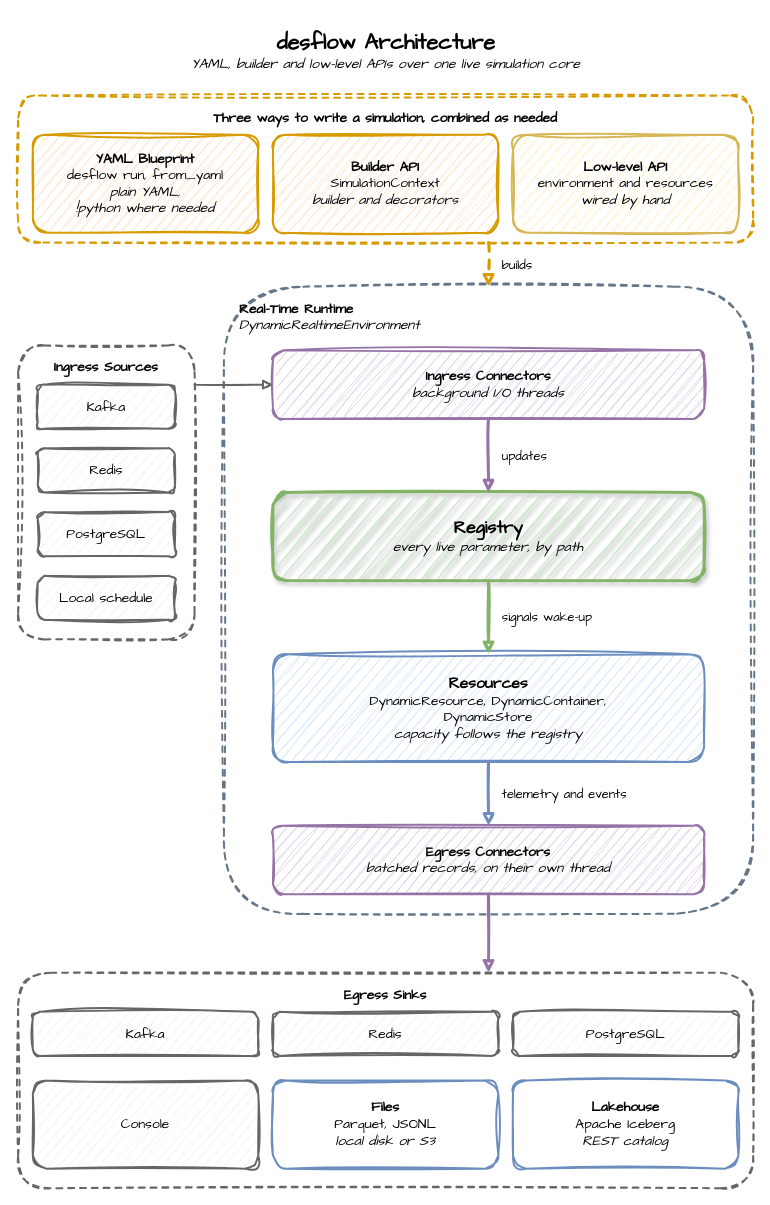
This is docs/assets/diagrams/architecture.drawio from jaehyeon-kim/desflow, a draw.io file, before an edit. Source tidied: cells renumbered, new cells numbered last; positions are measured from the earlier drawing's top-left corner, leaving out a move shared by most shapes. Both pictures are drawn from the tidied source at 98%, with x=0, y=0 at pixel (18, 22).
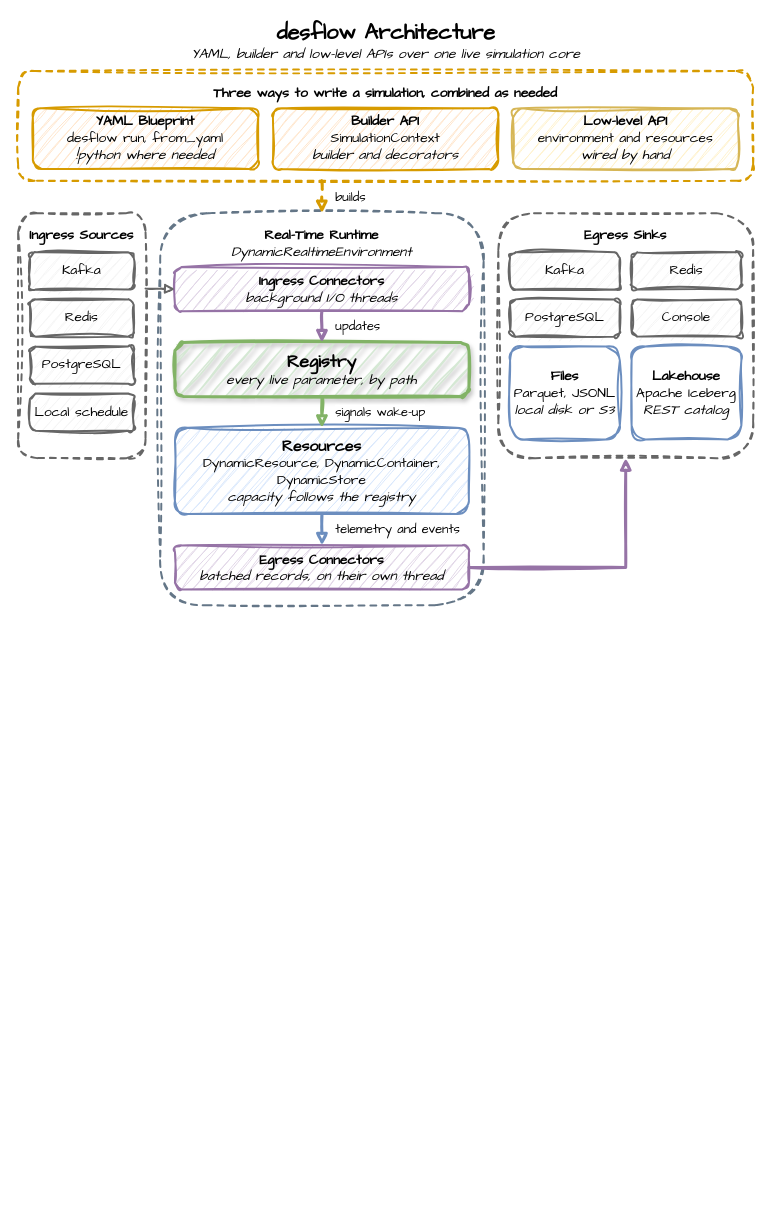
The same page after the edit.

Change to the diagram source:
```diff
@@
     <mxCell id="2" value="&lt;b style=&quot;font-size: 22px;&quot;&gt;desflow Architecture&lt;/b&gt;&lt;br&gt;&lt;i&gt;YAML, builder and low-level APIs over one live simulation core&lt;/i&gt;" style="text;html=1;align=center;verticalAlign=middle;fontFamily=Comic Sans MS;fontSize=14;" parent="1" vertex="1">
-      <mxGeometry width="750" height="60" as="geometry" />
+      <mxGeometry y="-5" width="750" height="50" as="geometry" />
     </mxCell>
     <mxCell id="3" value="&lt;b&gt;Three ways to write a simulation, combined as needed&lt;/b&gt;" style="rounded=1;whiteSpace=wrap;html=1;sketch=1;curveFitting=1;jiggle=2;fontFamily=Comic Sans MS;fontSize=14;strokeWidth=2;fillColor=none;dashed=1;verticalAlign=top;spacingTop=8;strokeColor=#d79b00;" parent="1" vertex="1">
-      <mxGeometry y="75" width="750" height="150" as="geometry" />
+      <mxGeometry y="50" width="750" height="112" as="geometry" />
     </mxCell>
-    <mxCell id="4" value="&lt;b&gt;YAML Blueprint&lt;/b&gt;&lt;br&gt;desflow run, from_yaml&lt;br&gt;&lt;i&gt;plain YAML,&lt;br&gt;!python where needed&lt;/i&gt;" style="rounded=1;whiteSpace=wrap;html=1;sketch=1;curveFitting=1;jiggle=2;fontFamily=Comic Sans MS;fontSize=14;strokeWidth=2;fillColor=#ffe6cc;strokeColor=#d79b00;" parent="1" vertex="1">
-      <mxGeometry x="15" y="115" width="230" height="100" as="geometry" />
+    <mxCell id="4" value="&lt;b&gt;YAML Blueprint&lt;/b&gt;&lt;br&gt;desflow run, from_yaml&lt;br&gt;&lt;i&gt;!python where needed&lt;/i&gt;" style="rounded=1;whiteSpace=wrap;html=1;sketch=1;curveFitting=1;jiggle=2;fontFamily=Comic Sans MS;fontSize=14;strokeWidth=2;fillColor=#ffe6cc;strokeColor=#d79b00;" parent="1" vertex="1">
+      <mxGeometry x="15" y="88" width="230" height="62" as="geometry" />
     </mxCell>
     <mxCell id="5" value="&lt;b&gt;Builder API&lt;/b&gt;&lt;br&gt;SimulationContext&lt;br&gt;&lt;i&gt;builder and decorators&lt;/i&gt;" style="rounded=1;whiteSpace=wrap;html=1;sketch=1;curveFitting=1;jiggle=2;fontFamily=Comic Sans MS;fontSize=14;strokeWidth=2;fillColor=#ffe6cc;strokeColor=#d79b00;" parent="1" vertex="1">
-      <mxGeometry x="260" y="115" width="230" height="100" as="geometry" />
+      <mxGeometry x="260" y="88" width="230" height="62" as="geometry" />
     </mxCell>
     <mxCell id="6" value="&lt;b&gt;Low-level API&lt;/b&gt;&lt;br&gt;environment and resources&lt;br&gt;&lt;i&gt;wired by hand&lt;/i&gt;" style="rounded=1;whiteSpace=wrap;html=1;sketch=1;curveFitting=1;jiggle=2;fontFamily=Comic Sans MS;fontSize=14;strokeWidth=2;fillColor=#fff2cc;strokeColor=#d6b656;" parent="1" vertex="1">
-      <mxGeometry x="505" y="115" width="230" height="100" as="geometry" />
+      <mxGeometry x="505" y="88" width="230" height="62" as="geometry" />
     </mxCell>
-    <mxCell id="7" value="&lt;b&gt;Real-Time Runtime&lt;/b&gt;&lt;br&gt;&lt;i&gt;DynamicRealtimeEnvironment&lt;/i&gt;" style="rounded=1;whiteSpace=wrap;html=1;sketch=1;curveFitting=1;jiggle=2;fontFamily=Comic Sans MS;fontSize=14;strokeWidth=2;fillColor=none;dashed=1;verticalAlign=top;spacingTop=8;strokeColor=#647687;align=left;spacingLeft=14;" parent="1" vertex="1">
-      <mxGeometry x="210" y="270" width="540" height="640" as="geometry" />
+    <mxCell id="7" value="&lt;b&gt;Real-Time Runtime&lt;/b&gt;&lt;br&gt;&lt;i&gt;DynamicRealtimeEnvironment&lt;/i&gt;" style="rounded=1;whiteSpace=wrap;html=1;sketch=1;curveFitting=1;jiggle=2;fontFamily=Comic Sans MS;fontSize=14;strokeWidth=2;fillColor=none;dashed=1;verticalAlign=top;spacingTop=8;strokeColor=#647687;align=center;" parent="1" vertex="1">
+      <mxGeometry x="145" y="195" width="330" height="400" as="geometry" />
     </mxCell>
     <mxCell id="8" value="&lt;b&gt;Ingress Sources&lt;/b&gt;" style="rounded=1;whiteSpace=wrap;html=1;sketch=1;curveFitting=1;jiggle=2;fontFamily=Comic Sans MS;fontSize=14;strokeWidth=2;fillColor=none;dashed=1;verticalAlign=top;spacingTop=8;strokeColor=#666666;align=center;" parent="1" vertex="1">
-      <mxGeometry y="330" width="180" height="300" as="geometry" />
+      <mxGeometry y="195" width="130" height="250" as="geometry" />
     </mxCell>
     <mxCell id="9" value="Kafka" style="rounded=1;whiteSpace=wrap;html=1;sketch=1;curveFitting=1;jiggle=2;fontFamily=Comic Sans MS;fontSize=14;strokeWidth=2;fillColor=#f5f5f5;strokeColor=#666666;" parent="1" vertex="1">
-      <mxGeometry x="20" y="370" width="140" height="45" as="geometry" />
+      <mxGeometry x="12" y="235" width="106" height="38" as="geometry" />
     </mxCell>
     <mxCell id="10" value="Redis" style="rounded=1;whiteSpace=wrap;html=1;sketch=1;curveFitting=1;jiggle=2;fontFamily=Comic Sans MS;fontSize=14;strokeWidth=2;fillColor=#f5f5f5;strokeColor=#666666;" parent="1" vertex="1">
-      <mxGeometry x="20" y="435" width="140" height="45" as="geometry" />
+      <mxGeometry x="12" y="283" width="106" height="38" as="geometry" />
     </mxCell>
     <mxCell id="11" value="PostgreSQL" style="rounded=1;whiteSpace=wrap;html=1;sketch=1;curveFitting=1;jiggle=2;fontFamily=Comic Sans MS;fontSize=14;strokeWidth=2;fillColor=#f5f5f5;strokeColor=#666666;" parent="1" vertex="1">
-      <mxGeometry x="20" y="500" width="140" height="45" as="geometry" />
+      <mxGeometry x="12" y="331" width="106" height="38" as="geometry" />
     </mxCell>
     <mxCell id="12" value="Local schedule" style="rounded=1;whiteSpace=wrap;html=1;sketch=1;curveFitting=1;jiggle=2;fontFamily=Comic Sans MS;fontSize=14;strokeWidth=2;fillColor=#f5f5f5;strokeColor=#666666;" parent="1" vertex="1">
-      <mxGeometry x="20" y="565" width="140" height="45" as="geometry" />
+      <mxGeometry x="12" y="379" width="106" height="38" as="geometry" />
     </mxCell>
     <mxCell id="13" value="&lt;b&gt;Ingress Connectors&lt;/b&gt;&lt;br&gt;&lt;i&gt;background I/O threads&lt;/i&gt;" style="rounded=1;whiteSpace=wrap;html=1;sketch=1;curveFitting=1;jiggle=2;fontFamily=Comic Sans MS;fontSize=14;strokeWidth=2;fillColor=#e1d5e7;strokeColor=#9673a6;" parent="1" vertex="1">
-      <mxGeometry x="260" y="335" width="440" height="70" as="geometry" />
+      <mxGeometry x="160" y="250" width="300" height="45" as="geometry" />
     </mxCell>
     <mxCell id="14" value="&lt;b&gt;&lt;font style=&quot;font-size: 18px;&quot;&gt;Registry&lt;/font&gt;&lt;/b&gt;&lt;br&gt;&lt;i&gt;every live parameter, by path&lt;/i&gt;" style="rounded=1;whiteSpace=wrap;html=1;sketch=1;curveFitting=1;jiggle=2;fontFamily=Comic Sans MS;fontSize=14;strokeWidth=2;fillColor=#d5e8d4;strokeColor=#82b366;strokeWidth=3;shadow=1;" parent="1" vertex="1">
-      <mxGeometry x="260" y="480" width="440" height="90" as="geometry" />
+      <mxGeometry x="160" y="327" width="300" height="55" as="geometry" />
     </mxCell>
     <mxCell id="15" value="&lt;b&gt;&lt;font style=&quot;font-size: 16px;&quot;&gt;Resources&lt;/font&gt;&lt;/b&gt;&lt;br&gt;DynamicResource, DynamicContainer,&lt;br&gt;DynamicStore&lt;br&gt;&lt;i&gt;capacity follows the registry&lt;/i&gt;" style="rounded=1;whiteSpace=wrap;html=1;sketch=1;curveFitting=1;jiggle=2;fontFamily=Comic Sans MS;fontSize=14;strokeWidth=2;fillColor=#dae8fc;strokeColor=#6c8ebf;" parent="1" vertex="1">
-      <mxGeometry x="260" y="645" width="440" height="110" as="geometry" />
+      <mxGeometry x="160" y="414" width="300" height="88" as="geometry" />
     </mxCell>
     <mxCell id="16" value="&lt;b&gt;Egress Connectors&lt;/b&gt;&lt;br&gt;&lt;i&gt;batched records, on their own thread&lt;/i&gt;" style="rounded=1;whiteSpace=wrap;html=1;sketch=1;curveFitting=1;jiggle=2;fontFamily=Comic Sans MS;fontSize=14;strokeWidth=2;fillColor=#e1d5e7;strokeColor=#9673a6;" parent="1" vertex="1">
-      <mxGeometry x="260" y="820" width="440" height="70" as="geometry" />
+      <mxGeometry x="160" y="534" width="300" height="45" as="geometry" />
     </mxCell>
     <mxCell id="17" value="&lt;b&gt;Egress Sinks&lt;/b&gt;" style="rounded=1;whiteSpace=wrap;html=1;sketch=1;curveFitting=1;jiggle=2;fontFamily=Comic Sans MS;fontSize=14;strokeWidth=2;fillColor=none;dashed=1;verticalAlign=top;spacingTop=8;strokeColor=#666666;align=center;" parent="1" vertex="1">
-      <mxGeometry y="970" width="750" height="220" as="geometry" />
+      <mxGeometry x="490" y="195" width="260" height="250" as="geometry" />
     </mxCell>
     <mxCell id="18" value="Kafka" style="rounded=1;whiteSpace=wrap;html=1;sketch=1;curveFitting=1;jiggle=2;fontFamily=Comic Sans MS;fontSize=14;strokeWidth=2;fillColor=#f5f5f5;strokeColor=#666666;" parent="1" vertex="1">
-      <mxGeometry x="15" y="1010" width="230" height="45" as="geometry" />
+      <mxGeometry x="502" y="235" width="112" height="38" as="geometry" />
     </mxCell>
     <mxCell id="19" value="Redis" style="rounded=1;whiteSpace=wrap;html=1;sketch=1;curveFitting=1;jiggle=2;fontFamily=Comic Sans MS;fontSize=14;strokeWidth=2;fillColor=#f5f5f5;strokeColor=#666666;" parent="1" vertex="1">
-      <mxGeometry x="260" y="1010" width="230" height="45" as="geometry" />
+      <mxGeometry x="626" y="235" width="112" height="38" as="geometry" />
     </mxCell>
     <mxCell id="20" value="PostgreSQL" style="rounded=1;whiteSpace=wrap;html=1;sketch=1;curveFitting=1;jiggle=2;fontFamily=Comic Sans MS;fontSize=14;strokeWidth=2;fillColor=#f5f5f5;strokeColor=#666666;" parent="1" vertex="1">
-      <mxGeometry x="505" y="1010" width="230" height="45" as="geometry" />
+      <mxGeometry x="502" y="283" width="112" height="38" as="geometry" />
     </mxCell>
     <mxCell id="21" value="Console" style="rounded=1;whiteSpace=wrap;html=1;sketch=1;curveFitting=1;jiggle=2;fontFamily=Comic Sans MS;fontSize=14;strokeWidth=2;fillColor=#f5f5f5;strokeColor=#666666;" parent="1" vertex="1">
-      <mxGeometry x="15" y="1080" width="230" height="90" as="geometry" />
+      <mxGeometry x="626" y="283" width="112" height="38" as="geometry" />
     </mxCell>
     <mxCell id="22" value="&lt;b&gt;Files&lt;/b&gt;&lt;br&gt;Parquet, JSONL&lt;br&gt;&lt;i&gt;local disk or S3&lt;/i&gt;" style="rounded=1;whiteSpace=wrap;html=1;sketch=1;curveFitting=1;jiggle=2;fontFamily=Comic Sans MS;fontSize=14;strokeWidth=2;fillColor=#ffffff;strokeColor=#6c8ebf;" parent="1" vertex="1">
-      <mxGeometry x="260" y="1080" width="230" height="90" as="geometry" />
+      <mxGeometry x="502" y="331" width="112" height="95" as="geometry" />
     </mxCell>
     <mxCell id="23" value="&lt;b&gt;Lakehouse&lt;/b&gt;&lt;br&gt;Apache Iceberg&lt;br&gt;&lt;i&gt;REST catalog&lt;/i&gt;" style="rounded=1;whiteSpace=wrap;html=1;sketch=1;curveFitting=1;jiggle=2;fontFamily=Comic Sans MS;fontSize=14;strokeWidth=2;fillColor=#ffffff;strokeColor=#6c8ebf;" parent="1" vertex="1">
-      <mxGeometry x="505" y="1080" width="230" height="90" as="geometry" />
+      <mxGeometry x="626" y="331" width="112" height="95" as="geometry" />
     </mxCell>
-    <mxCell id="24" value="builds" style="edgeStyle=orthogonalEdgeStyle;rounded=0;sketch=1;html=1;strokeWidth=3;endArrow=block;fontFamily=Comic Sans MS;fontSize=13;labelBackgroundColor=#ffffff;align=left;strokeColor=#d79b00;dashed=1;exitX=0.64;exitY=1;exitDx=0;exitDy=0;entryX=0.5;entryY=0;entryDx=0;entryDy=0;" parent="1" edge="1" source="3" target="7">
+    <mxCell id="24" value="builds" style="edgeStyle=orthogonalEdgeStyle;rounded=0;sketch=1;html=1;strokeWidth=3;endArrow=block;fontFamily=Comic Sans MS;fontSize=13;labelBackgroundColor=#ffffff;align=left;strokeColor=#d79b00;dashed=1;exitDx=0;exitDy=0;entryDx=0;entryDy=0;exitX=0.413;exitY=1;entryX=0.5;entryY=0;" parent="1" edge="1" source="3" target="7">
       <mxGeometry relative="1" as="geometry">
         <mxPoint x="12" as="offset" />
       </mxGeometry>
     </mxCell>
-    <mxCell id="25" style="edgeStyle=orthogonalEdgeStyle;rounded=0;sketch=1;html=1;strokeWidth=3;endArrow=block;fontFamily=Comic Sans MS;fontSize=13;labelBackgroundColor=#ffffff;strokeWidth=2;strokeColor=#666666;exitX=1;exitY=0.1333;exitDx=0;exitDy=0;entryX=0;entryY=0.5;entryDx=0;entryDy=0;" parent="1" edge="1" source="8" target="13">
+    <mxCell id="25" style="edgeStyle=orthogonalEdgeStyle;rounded=0;sketch=1;html=1;strokeWidth=3;endArrow=block;fontFamily=Comic Sans MS;fontSize=13;labelBackgroundColor=#ffffff;strokeWidth=2;strokeColor=#666666;exitDx=0;exitDy=0;entryDx=0;entryDy=0;exitX=1;exitY=0.308;entryX=0;entryY=0.5;" parent="1" edge="1" source="8" target="13">
       <mxGeometry relative="1" as="geometry" />
     </mxCell>
@@
-    <mxCell id="29" style="edgeStyle=orthogonalEdgeStyle;rounded=0;sketch=1;html=1;strokeWidth=3;endArrow=block;fontFamily=Comic Sans MS;fontSize=13;labelBackgroundColor=#ffffff;strokeColor=#9673a6;exitX=0.5;exitY=1;exitDx=0;exitDy=0;entryX=0.64;entryY=0;entryDx=0;entryDy=0;" parent="1" edge="1" source="16" target="17">
+    <mxCell id="29" style="edgeStyle=orthogonalEdgeStyle;rounded=0;sketch=1;html=1;strokeWidth=3;endArrow=block;fontFamily=Comic Sans MS;fontSize=13;labelBackgroundColor=#ffffff;strokeColor=#9673a6;exitDx=0;exitDy=0;entryDx=0;entryDy=0;exitX=1;exitY=0.5;entryX=0.5;entryY=1;" parent="1" edge="1" source="16" target="17">
       <mxGeometry relative="1" as="geometry" />
     </mxCell>
```
